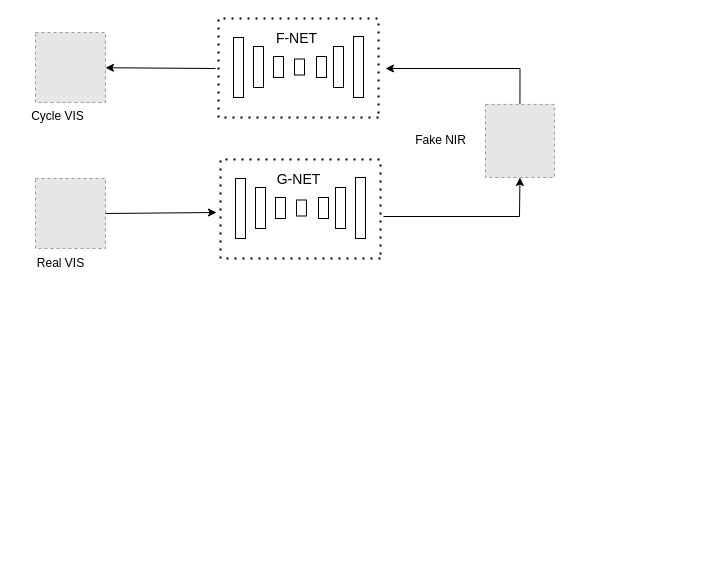
Before: 网络.drawio in Silvia-man/test-, a draw.io diagram. Source tidied: cells renumbered, new cells numbered last; positions are measured from the earlier drawing's top-left corner, leaving out a move shared by most shapes. Both pictures are drawn from the tidied source at 100%, with x=0, y=0 at pixel (17, 18). Pictures stored in the file or linked from it are replaced by grey dashed boxes.
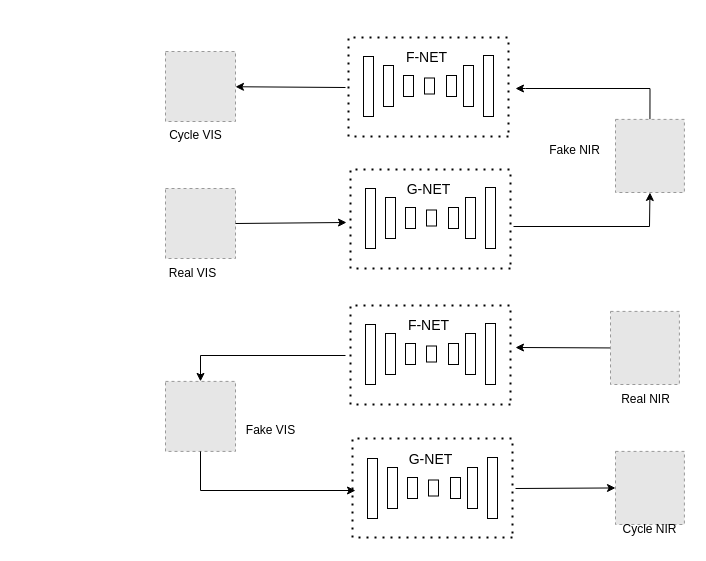
The same page after the edit.

Diff of the diagram source:
```diff
@@
     <mxCell id="2" style="fillColor=#E6E6E6;strokeColor=#999999;dashed=1;verticalLabelPosition=bottom;labelBackgroundColor=default;verticalAlign=top;" parent="1" vertex="1">
-      <mxGeometry x="18" y="160" width="70" height="70" as="geometry" />
+      <mxGeometry x="148" y="170" width="70" height="70" as="geometry" />
     </mxCell>
     <mxCell id="3" style="edgeStyle=orthogonalEdgeStyle;rounded=0;jettySize=auto;html=1;exitX=0.5;exitY=0;exitDx=0;exitDy=0;" parent="1" edge="1" source="4">
       <mxGeometry relative="1" as="geometry">
-        <mxPoint x="368" y="50" as="targetPoint" />
+        <mxPoint x="498" y="70" as="targetPoint" />
         <Array as="points">
-          <mxPoint x="502" y="50" />
+          <mxPoint x="632" y="70" />
+          <mxPoint x="508" y="70" />
         </Array>
       </mxGeometry>
     </mxCell>
     <mxCell id="4" style="fillColor=#E6E6E6;strokeColor=#999999;dashed=1;verticalLabelPosition=bottom;labelBackgroundColor=default;verticalAlign=top;" parent="1" vertex="1">
-      <mxGeometry x="468" y="85.9" width="68.9" height="73.1" as="geometry" />
+      <mxGeometry x="598" y="100.9" width="68.9" height="73.1" as="geometry" />
     </mxCell>
     <mxCell id="5" style="rounded=0;whiteSpace=wrap;html=1;" parent="1" vertex="1">
-      <mxGeometry x="218" y="160" width="10" height="60" as="geometry" />
+      <mxGeometry x="348" y="170" width="10" height="60" as="geometry" />
     </mxCell>
     <mxCell id="6" style="rounded=0;whiteSpace=wrap;html=1;" parent="1" vertex="1">
-      <mxGeometry x="238" y="169" width="10" height="41" as="geometry" />
+      <mxGeometry x="368" y="179" width="10" height="41" as="geometry" />
     </mxCell>
     <mxCell id="7" style="rounded=0;whiteSpace=wrap;html=1;" parent="1" vertex="1">
-      <mxGeometry x="258" y="179" width="10" height="21" as="geometry" />
+      <mxGeometry x="388" y="189" width="10" height="21" as="geometry" />
     </mxCell>
     <mxCell id="8" style="rounded=0;whiteSpace=wrap;html=1;" parent="1" vertex="1">
-      <mxGeometry x="279" y="181.5" width="10" height="16" as="geometry" />
+      <mxGeometry x="409" y="191.5" width="10" height="16" as="geometry" />
     </mxCell>
     <mxCell id="9" style="rounded=0;whiteSpace=wrap;html=1;" parent="1" vertex="1">
-      <mxGeometry x="338" y="159" width="10" height="61" as="geometry" />
+      <mxGeometry x="468" y="169" width="10" height="61" as="geometry" />
     </mxCell>
     <mxCell id="10" style="rounded=0;whiteSpace=wrap;html=1;" parent="1" vertex="1">
-      <mxGeometry x="301" y="179" width="10" height="21" as="geometry" />
+      <mxGeometry x="431" y="189" width="10" height="21" as="geometry" />
     </mxCell>
     <mxCell id="11" style="rounded=0;whiteSpace=wrap;html=1;" parent="1" vertex="1">
-      <mxGeometry x="318" y="169" width="10" height="41" as="geometry" />
+      <mxGeometry x="448" y="179" width="10" height="41" as="geometry" />
     </mxCell>
     <mxCell id="12" style="endArrow=none;dashed=1;html=1;dashPattern=1 3;strokeWidth=2;rounded=0;" parent="1" edge="1">
       <mxGeometry relative="1" as="geometry">
-        <mxPoint x="363" y="240" as="sourcePoint" />
-        <mxPoint x="363" y="240" as="targetPoint" />
+        <mxPoint x="493" y="250" as="sourcePoint" />
+        <mxPoint x="493" y="250" as="targetPoint" />
         <Array as="points">
-          <mxPoint x="203" y="240" />
-          <mxPoint x="203" y="141" />
-          <mxPoint x="363" y="141" />
+          <mxPoint x="333" y="250" />
+          <mxPoint x="333" y="151" />
+          <mxPoint x="493" y="151" />
         </Array>
       </mxGeometry>
     </mxCell>
     <mxCell id="13" style="endArrow=classic;html=1;rounded=0;exitX=1;exitY=0.5;exitDx=0;exitDy=0;" parent="1" edge="1" source="2">
       <mxGeometry relative="1" as="geometry">
-        <mxPoint x="199" y="194" as="targetPoint" />
+        <mxPoint x="329" y="204" as="targetPoint" />
       </mxGeometry>
     </mxCell>
     <mxCell id="14" style="endArrow=classic;html=1;rounded=0;entryX=0.5;entryY=1;entryDx=0;entryDy=0;" parent="1" edge="1" target="4">
       <mxGeometry relative="1" as="geometry">
-        <mxPoint x="366" y="198" as="sourcePoint" />
+        <mxPoint x="496" y="208" as="sourcePoint" />
         <Array as="points">
-          <mxPoint x="502" y="198" />
+          <mxPoint x="632" y="208" />
         </Array>
       </mxGeometry>
     </mxCell>
     <mxCell id="15" value="&lt;font style=&quot;font-size: 14px;&quot;&gt;G-NET&lt;/font&gt;" style="text;html=1;align=center;verticalAlign=middle;strokeColor=none;fillColor=none;" parent="1" vertex="1">
-      <mxGeometry x="246" y="146" width="70" height="30" as="geometry" />
+      <mxGeometry x="376" y="156" width="70" height="30" as="geometry" />
     </mxCell>
     <mxCell id="16" value="Real VIS" style="text;html=1;align=center;verticalAlign=middle;strokeColor=none;fillColor=none;" parent="1" vertex="1">
-      <mxGeometry x="8" y="230" width="70" height="30" as="geometry" />
+      <mxGeometry x="140" y="240" width="70" height="30" as="geometry" />
     </mxCell>
     <mxCell id="17" value="Fake NIR" style="text;html=1;align=center;verticalAlign=middle;strokeColor=none;fillColor=none;" parent="1" vertex="1">
-      <mxGeometry x="388" y="107.4" width="70" height="30" as="geometry" />
+      <mxGeometry x="522" y="117.4" width="70" height="30" as="geometry" />
     </mxCell>
     <mxCell id="18" style="rounded=0;whiteSpace=wrap;html=1;" parent="1" vertex="1">
-      <mxGeometry x="216" y="19" width="10" height="60" as="geometry" />
+      <mxGeometry x="346" y="38" width="10" height="60" as="geometry" />
     </mxCell>
     <mxCell id="19" style="rounded=0;whiteSpace=wrap;html=1;" parent="1" vertex="1">
-      <mxGeometry x="236" y="28" width="10" height="41" as="geometry" />
+      <mxGeometry x="366" y="47" width="10" height="41" as="geometry" />
     </mxCell>
     <mxCell id="20" style="rounded=0;whiteSpace=wrap;html=1;" parent="1" vertex="1">
-      <mxGeometry x="256" y="38" width="10" height="21" as="geometry" />
+      <mxGeometry x="386" y="57" width="10" height="21" as="geometry" />
     </mxCell>
     <mxCell id="21" style="rounded=0;whiteSpace=wrap;html=1;" parent="1" vertex="1">
-      <mxGeometry x="277" y="40.5" width="10" height="16" as="geometry" />
+      <mxGeometry x="407" y="59.5" width="10" height="16" as="geometry" />
     </mxCell>
     <mxCell id="22" style="rounded=0;whiteSpace=wrap;html=1;" parent="1" vertex="1">
-      <mxGeometry x="336" y="18" width="10" height="61" as="geometry" />
+      <mxGeometry x="466" y="37" width="10" height="61" as="geometry" />
     </mxCell>
     <mxCell id="23" style="rounded=0;whiteSpace=wrap;html=1;" parent="1" vertex="1">
-      <mxGeometry x="299" y="38" width="10" height="21" as="geometry" />
+      <mxGeometry x="429" y="57" width="10" height="21" as="geometry" />
     </mxCell>
     <mxCell id="24" style="rounded=0;whiteSpace=wrap;html=1;" parent="1" vertex="1">
-      <mxGeometry x="316" y="28" width="10" height="41" as="geometry" />
+      <mxGeometry x="446" y="47" width="10" height="41" as="geometry" />
     </mxCell>
     <mxCell id="25" style="endArrow=none;dashed=1;html=1;dashPattern=1 3;strokeWidth=2;rounded=0;" parent="1" edge="1">
       <mxGeometry relative="1" as="geometry">
-        <mxPoint x="361" y="99" as="sourcePoint" />
-        <mxPoint x="361" y="99" as="targetPoint" />
+        <mxPoint x="491" y="118" as="sourcePoint" />
+        <mxPoint x="491" y="118" as="targetPoint" />
         <Array as="points">
-          <mxPoint x="201" y="99" />
-          <mxPoint x="201" />
-          <mxPoint x="361" />
+          <mxPoint x="331" y="118" />
+          <mxPoint x="331" y="19" />
+          <mxPoint x="491" y="19" />
         </Array>
       </mxGeometry>
     </mxCell>
     <mxCell id="26" value="&lt;font style=&quot;font-size: 14px;&quot;&gt;F-NET&lt;/font&gt;" style="text;html=1;align=center;verticalAlign=middle;strokeColor=none;fillColor=none;" parent="1" vertex="1">
-      <mxGeometry x="249" y="5" width="60" height="30" as="geometry" />
+      <mxGeometry x="379" y="24" width="60" height="30" as="geometry" />
     </mxCell>
     <mxCell id="27" style="fillColor=#E6E6E6;strokeColor=#999999;dashed=1;verticalLabelPosition=bottom;labelBackgroundColor=default;verticalAlign=top;" parent="1" vertex="1">
-      <mxGeometry x="18" y="14" width="70" height="70" as="geometry" />
+      <mxGeometry x="148" y="33" width="70" height="70" as="geometry" />
     </mxCell>
     <mxCell id="28" style="endArrow=classic;html=1;rounded=0;" parent="1" edge="1" target="27">
       <mxGeometry relative="1" as="geometry">
-        <mxPoint x="198" y="50" as="sourcePoint" />
+        <mxPoint x="328" y="69" as="sourcePoint" />
       </mxGeometry>
     </mxCell>
     <mxCell id="29" value="Cycle VIS" style="text;html=1;align=center;verticalAlign=middle;strokeColor=none;fillColor=none;" parent="1" vertex="1">
-      <mxGeometry y="83" width="80" height="30" as="geometry" />
+      <mxGeometry x="138" y="102" width="80" height="30" as="geometry" />
     </mxCell>
+    <mxCell id="30" style="fillColor=#E6E6E6;strokeColor=#999999;dashed=1;verticalLabelPosition=bottom;labelBackgroundColor=default;verticalAlign=top;" parent="1" vertex="1">
+      <mxGeometry x="148" y="362.9" width="70" height="70" as="geometry" />
+    </mxCell>
+    <mxCell id="31" style="fillColor=#E6E6E6;strokeColor=#999999;dashed=1;verticalLabelPosition=bottom;labelBackgroundColor=default;verticalAlign=top;" parent="1" vertex="1">
+      <mxGeometry x="598" y="432.9" width="68.9" height="73.1" as="geometry" />
+    </mxCell>
+    <mxCell id="32" style="rounded=0;whiteSpace=wrap;html=1;" parent="1" vertex="1">
+      <mxGeometry x="350" y="440" width="10" height="60" as="geometry" />
+    </mxCell>
+    <mxCell id="33" style="rounded=0;whiteSpace=wrap;html=1;" parent="1" vertex="1">
+      <mxGeometry x="370" y="449" width="10" height="41" as="geometry" />
+    </mxCell>
+    <mxCell id="34" style="rounded=0;whiteSpace=wrap;html=1;" parent="1" vertex="1">
+      <mxGeometry x="390" y="459" width="10" height="21" as="geometry" />
+    </mxCell>
+    <mxCell id="35" style="rounded=0;whiteSpace=wrap;html=1;" parent="1" vertex="1">
+      <mxGeometry x="411" y="461.5" width="10" height="16" as="geometry" />
+    </mxCell>
+    <mxCell id="36" style="rounded=0;whiteSpace=wrap;html=1;" parent="1" vertex="1">
+      <mxGeometry x="470" y="439" width="10" height="61" as="geometry" />
+    </mxCell>
+    <mxCell id="37" style="rounded=0;whiteSpace=wrap;html=1;" parent="1" vertex="1">
+      <mxGeometry x="433" y="459" width="10" height="21" as="geometry" />
+    </mxCell>
+    <mxCell id="38" style="rounded=0;whiteSpace=wrap;html=1;" parent="1" vertex="1">
+      <mxGeometry x="450" y="449" width="10" height="41" as="geometry" />
+    </mxCell>
+    <mxCell id="39" style="endArrow=none;dashed=1;html=1;dashPattern=1 3;strokeWidth=2;rounded=0;" parent="1" edge="1">
+      <mxGeometry relative="1" as="geometry">
+        <mxPoint x="495" y="519" as="sourcePoint" />
+        <mxPoint x="495" y="519" as="targetPoint" />
+        <Array as="points">
+          <mxPoint x="335" y="519" />
+          <mxPoint x="335" y="420" />
+          <mxPoint x="495" y="420" />
+        </Array>
+      </mxGeometry>
+    </mxCell>
+    <mxCell id="40" value="&lt;font style=&quot;font-size: 14px;&quot;&gt;G-NET&lt;/font&gt;" style="text;html=1;align=center;verticalAlign=middle;strokeColor=none;fillColor=none;" parent="1" vertex="1">
+      <mxGeometry x="378" y="426" width="70" height="30" as="geometry" />
+    </mxCell>
+    <mxCell id="41" value="Fake VIS" style="text;html=1;align=center;verticalAlign=middle;strokeColor=none;fillColor=none;" parent="1" vertex="1">
+      <mxGeometry x="218" y="397" width="70" height="30" as="geometry" />
+    </mxCell>
+    <mxCell id="42" value="Cycle NIR" style="text;html=1;align=center;verticalAlign=middle;strokeColor=none;fillColor=none;" parent="1" vertex="1">
+      <mxGeometry x="591.9" y="496" width="80" height="30" as="geometry" />
+    </mxCell>
+    <mxCell id="43" style="rounded=0;whiteSpace=wrap;html=1;" parent="1" vertex="1">
+      <mxGeometry x="348" y="306" width="10" height="60" as="geometry" />
+    </mxCell>
+    <mxCell id="44" style="rounded=0;whiteSpace=wrap;html=1;" parent="1" vertex="1">
+      <mxGeometry x="368" y="315" width="10" height="41" as="geometry" />
+    </mxCell>
+    <mxCell id="45" style="rounded=0;whiteSpace=wrap;html=1;" parent="1" vertex="1">
+      <mxGeometry x="388" y="325" width="10" height="21" as="geometry" />
+    </mxCell>
+    <mxCell id="46" style="rounded=0;whiteSpace=wrap;html=1;" parent="1" vertex="1">
+      <mxGeometry x="409" y="327.5" width="10" height="16" as="geometry" />
+    </mxCell>
+    <mxCell id="47" style="rounded=0;whiteSpace=wrap;html=1;" parent="1" vertex="1">
+      <mxGeometry x="468" y="305" width="10" height="61" as="geometry" />
+    </mxCell>
+    <mxCell id="48" style="rounded=0;whiteSpace=wrap;html=1;" parent="1" vertex="1">
+      <mxGeometry x="431" y="325" width="10" height="21" as="geometry" />
+    </mxCell>
+    <mxCell id="49" style="rounded=0;whiteSpace=wrap;html=1;" parent="1" vertex="1">
+      <mxGeometry x="448" y="315" width="10" height="41" as="geometry" />
+    </mxCell>
+    <mxCell id="50" style="endArrow=none;dashed=1;html=1;dashPattern=1 3;strokeWidth=2;rounded=0;" parent="1" edge="1">
+      <mxGeometry relative="1" as="geometry">
+        <mxPoint x="493" y="386" as="sourcePoint" />
+        <mxPoint x="493" y="386" as="targetPoint" />
+        <Array as="points">
+          <mxPoint x="333" y="386" />
+          <mxPoint x="333" y="287" />
+          <mxPoint x="493" y="287" />
+        </Array>
+      </mxGeometry>
+    </mxCell>
+    <mxCell id="51" value="&lt;font style=&quot;font-size: 14px;&quot;&gt;F-NET&lt;/font&gt;" style="text;html=1;align=center;verticalAlign=middle;strokeColor=none;fillColor=none;" parent="1" vertex="1">
+      <mxGeometry x="381" y="292" width="60" height="30" as="geometry" />
+    </mxCell>
+    <mxCell id="52" style="edgeStyle=orthogonalEdgeStyle;rounded=0;jettySize=auto;html=1;exitX=0;exitY=0.5;exitDx=0;exitDy=0;" parent="1" edge="1" source="53">
+      <mxGeometry relative="1" as="geometry">
+        <mxPoint x="498" y="329" as="targetPoint" />
+      </mxGeometry>
+    </mxCell>
+    <mxCell id="53" style="fillColor=#E6E6E6;strokeColor=#999999;dashed=1;verticalLabelPosition=bottom;labelBackgroundColor=default;verticalAlign=top;" parent="1" vertex="1">
+      <mxGeometry x="593" y="292.9" width="68.9" height="73.1" as="geometry" />
+    </mxCell>
+    <mxCell id="54" value="Real NIR" style="text;html=1;align=center;verticalAlign=middle;strokeColor=none;fillColor=none;" parent="1" vertex="1">
+      <mxGeometry x="593" y="366" width="70" height="30" as="geometry" />
+    </mxCell>
+    <mxCell id="55" style="endArrow=classic;html=1;rounded=0;entryX=0.5;entryY=0;entryDx=0;entryDy=0;" parent="1" edge="1" target="30">
+      <mxGeometry relative="1" as="geometry">
+        <mxPoint x="328" y="337" as="sourcePoint" />
+        <Array as="points">
+          <mxPoint x="183" y="337" />
+        </Array>
+      </mxGeometry>
+    </mxCell>
+    <mxCell id="56" style="endArrow=classic;html=1;rounded=0;exitX=0.5;exitY=1;exitDx=0;exitDy=0;" parent="1" edge="1" source="30">
+      <mxGeometry relative="1" as="geometry">
+        <mxPoint x="338" y="472" as="targetPoint" />
+        <Array as="points">
+          <mxPoint x="183" y="472" />
+        </Array>
+      </mxGeometry>
+    </mxCell>
+    <mxCell id="57" style="endArrow=classic;html=1;rounded=0;entryX=0;entryY=0.5;entryDx=0;entryDy=0;" parent="1" edge="1" target="31">
+      <mxGeometry relative="1" as="geometry">
+        <mxPoint x="498" y="470" as="sourcePoint" />
+      </mxGeometry>
+    </mxCell>
```
